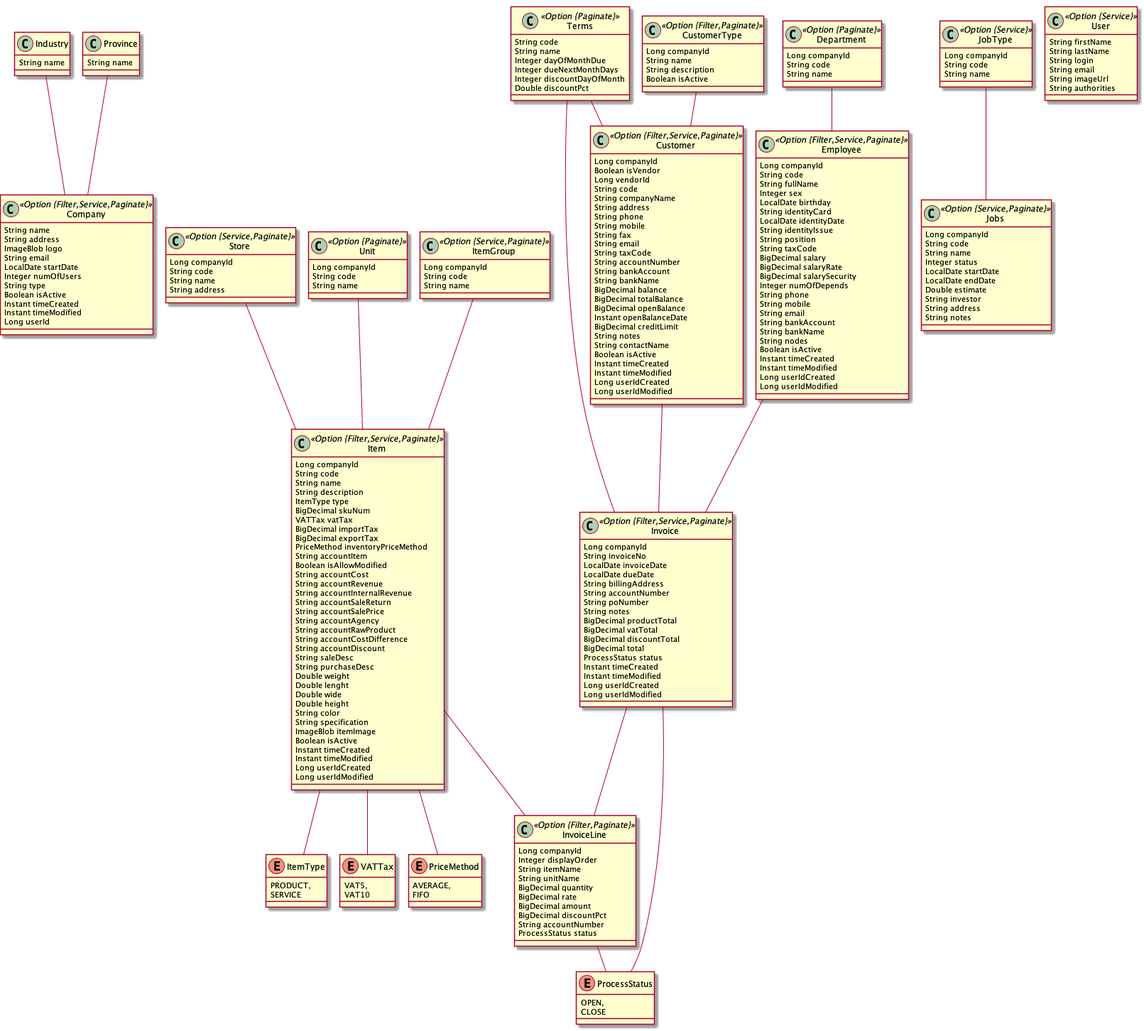
tunbill/ak-store keeps this PlantUML diagram as ak/ak.png. Above is the earlier version.
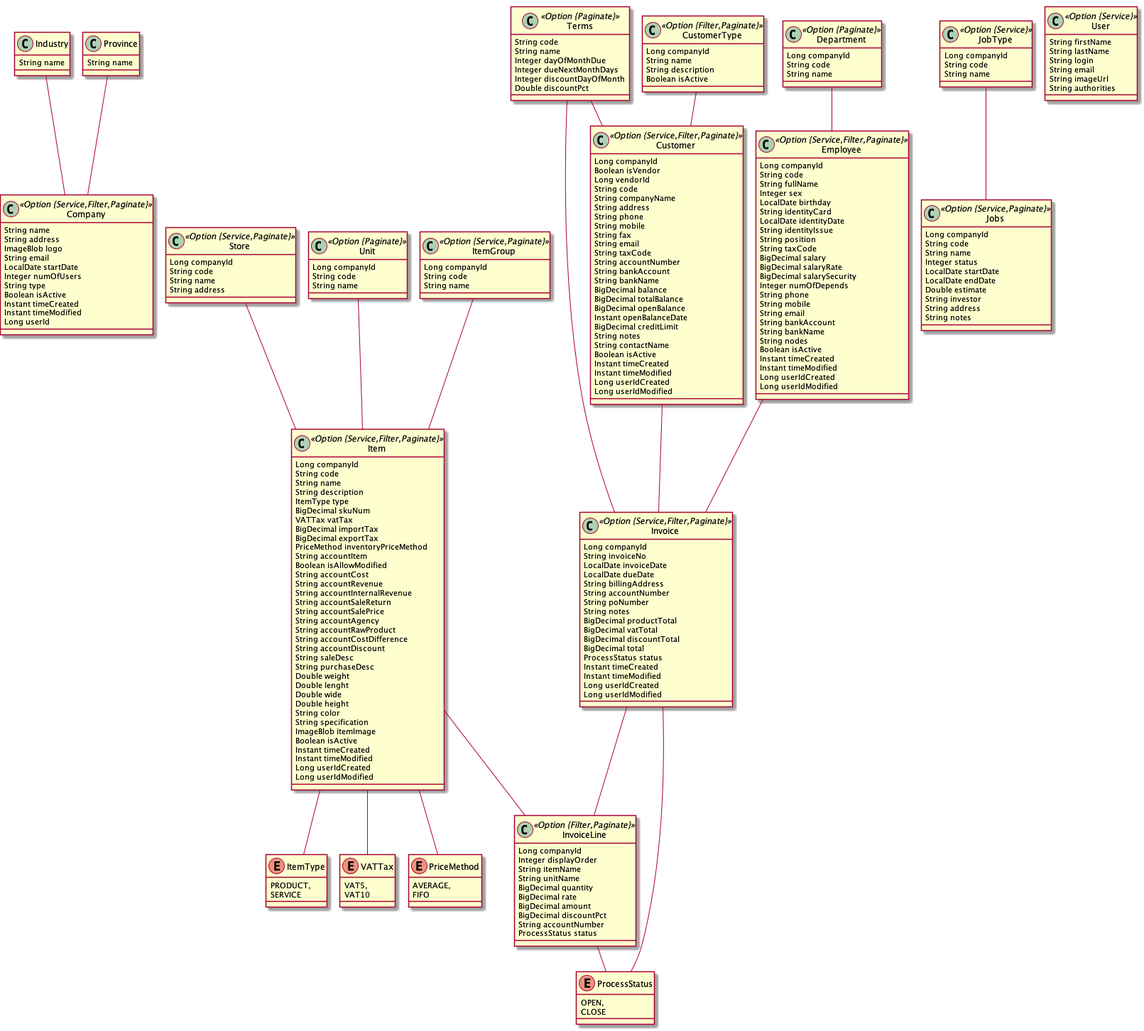
The same diagram one commit later.

The edit, as a diff of the source:
```diff
@@ -1,7 +1,7 @@
 @startuml
 	!pragma graphviz_dot jdot
 	!pragma syntax class
-	class Company <<Option {Filter,Service,Paginate}>> {
+	class Company <<Option {Service,Filter,Paginate}>> {
 		String name
 		String address
 		ImageBlob logo
@@ -20,7 +20,7 @@
 	class Province  {
 		String name
 	}
-	class Customer <<Option {Filter,Service,Paginate}>> {
+	class Customer <<Option {Service,Filter,Paginate}>> {
 		Long companyId
 		Boolean isVendor
 		Long vendorId
@@ -90,7 +90,7 @@
 		String code
 		String name
 	}
-	class Employee <<Option {Filter,Service,Paginate}>> {
+	class Employee <<Option {Service,Filter,Paginate}>> {
 		Long companyId
 		String code
 		String fullName
@@ -117,7 +117,7 @@
 		Long userIdCreated
 		Long userIdModified
 	}
-	class Item <<Option {Filter,Service,Paginate}>> {
+	class Item <<Option {Service,Filter,Paginate}>> {
 		Long companyId
 		String code
 		String name
@@ -179,7 +179,7 @@
 		String code
 		String name
 	}
-	class Invoice <<Option {Filter,Service,Paginate}>> {
+	class Invoice <<Option {Service,Filter,Paginate}>> {
 		Long companyId
 		String invoiceNo
 		LocalDate invoiceDate
```
